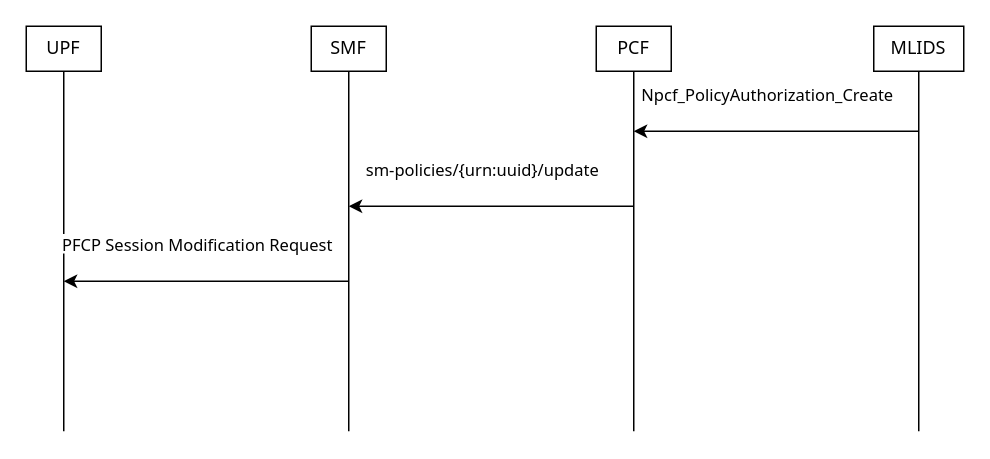
The draw.io diagram Untitled Diagram.drawio in Majdi-Abdelhalim/Graphs, before the edit. Source tidied: cells renumbered, new cells numbered last; positions are measured from the earlier drawing's top-left corner, leaving out a move shared by most shapes. Both pictures are drawn from the tidied source at 150%, with x=0, y=0 at pixel (26, 26).
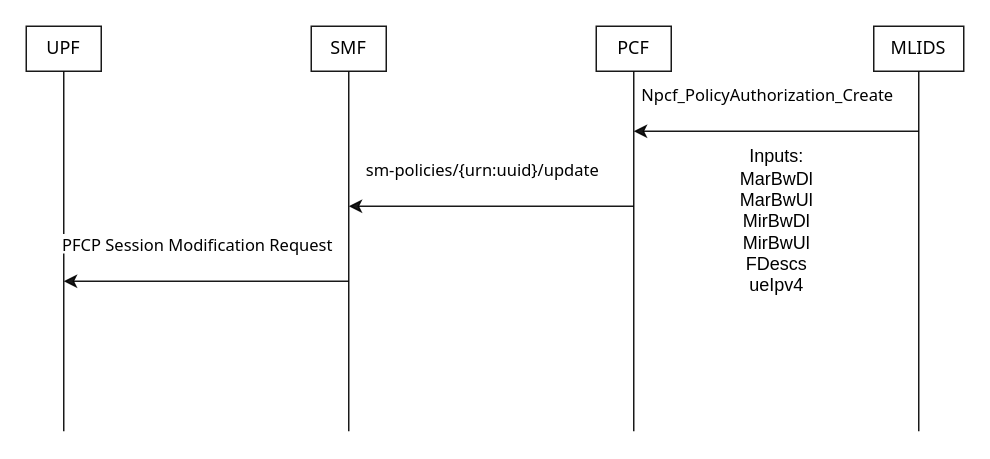
The same diagram, later.

What changed in the source:
```diff
@@
 <mxGraphModel>
   <root>
     <mxCell id="0" />
     <mxCell id="1" parent="0" />
-    <mxCell id="2" value="Npcf_PolicyAuthorization_Create" style="edgeStyle=orthogonalEdgeStyle;rounded=0;orthogonalLoop=1;jettySize=auto;html=1;fontFamily=Tahoma;" parent="1" edge="1">
+    <mxCell id="2" value="Npcf_PolicyAuthorization_Create" style="edgeStyle=orthogonalEdgeStyle;rounded=0;orthogonalLoop=1;jettySize=auto;html=1;fontFamily=Tahoma;opacity=90;shadow=0;" parent="1" edge="1">
       <mxGeometry x="0.06" y="-25" relative="1" as="geometry">
         <mxPoint x="595" y="70" as="sourcePoint" />
         <mxPoint x="405" y="70" as="targetPoint" />
       </mxGeometry>
     </mxCell>
-    <mxCell id="3" style="edgeStyle=orthogonalEdgeStyle;rounded=0;jettySize=auto;html=1;endArrow=none;endFill=0;" parent="1" edge="1" source="4">
+    <mxCell id="3" style="edgeStyle=orthogonalEdgeStyle;rounded=0;jettySize=auto;html=1;endArrow=none;endFill=0;opacity=90;shadow=0;" parent="1" edge="1" source="4">
       <mxGeometry relative="1" as="geometry">
         <mxPoint x="595" y="270" as="targetPoint" />
       </mxGeometry>
     </mxCell>
-    <mxCell id="4" value="MLIDS" style="rounded=0;whiteSpace=wrap;html=1;flipH=1;fontFamily=Tahoma;" parent="1" vertex="1">
+    <mxCell id="4" value="MLIDS" style="rounded=0;whiteSpace=wrap;html=1;flipH=1;fontFamily=Tahoma;opacity=90;shadow=0;" parent="1" vertex="1">
       <mxGeometry x="565" width="60" height="30" as="geometry" />
     </mxCell>
-    <mxCell id="5" style="edgeStyle=orthogonalEdgeStyle;rounded=0;jettySize=auto;html=1;fontFamily=Tahoma;endArrow=none;endFill=0;" parent="1" edge="1" source="6">
+    <mxCell id="5" style="edgeStyle=orthogonalEdgeStyle;rounded=0;jettySize=auto;html=1;fontFamily=Tahoma;endArrow=none;endFill=0;opacity=90;shadow=0;" parent="1" edge="1" source="6">
       <mxGeometry relative="1" as="geometry">
         <mxPoint x="215" y="270" as="targetPoint" />
       </mxGeometry>
     </mxCell>
-    <mxCell id="6" value="SMF" style="rounded=0;whiteSpace=wrap;html=1;flipV=1;flipH=1;fontFamily=Tahoma;" parent="1" vertex="1">
+    <mxCell id="6" value="SMF" style="rounded=0;whiteSpace=wrap;html=1;flipV=1;flipH=1;fontFamily=Tahoma;opacity=90;shadow=0;" parent="1" vertex="1">
       <mxGeometry x="190" width="50" height="30" as="geometry" />
     </mxCell>
-    <mxCell id="7" style="edgeStyle=orthogonalEdgeStyle;rounded=0;jettySize=auto;html=1;fontFamily=Tahoma;endArrow=none;endFill=0;" parent="1" edge="1" source="8">
+    <mxCell id="7" style="edgeStyle=orthogonalEdgeStyle;rounded=0;jettySize=auto;html=1;fontFamily=Tahoma;endArrow=none;endFill=0;opacity=90;shadow=0;" parent="1" edge="1" source="8">
       <mxGeometry relative="1" as="geometry">
         <mxPoint x="405" y="270" as="targetPoint" />
       </mxGeometry>
     </mxCell>
-    <mxCell id="8" value="PCF" style="rounded=0;whiteSpace=wrap;html=1;flipV=1;flipH=1;fontFamily=Tahoma;" parent="1" vertex="1">
+    <mxCell id="8" value="PCF" style="rounded=0;whiteSpace=wrap;html=1;flipV=1;flipH=1;fontFamily=Tahoma;opacity=90;shadow=0;" parent="1" vertex="1">
       <mxGeometry x="380" width="50" height="30" as="geometry" />
     </mxCell>
-    <mxCell id="9" style="edgeStyle=orthogonalEdgeStyle;rounded=0;jettySize=auto;html=1;endArrow=none;endFill=0;" parent="1" edge="1" source="10">
+    <mxCell id="9" style="edgeStyle=orthogonalEdgeStyle;rounded=0;jettySize=auto;html=1;endArrow=none;endFill=0;opacity=90;shadow=0;" parent="1" edge="1" source="10">
       <mxGeometry relative="1" as="geometry">
         <mxPoint x="25" y="270" as="targetPoint" />
       </mxGeometry>
     </mxCell>
-    <mxCell id="10" value="&lt;div&gt;UPF&lt;/div&gt;" style="rounded=0;whiteSpace=wrap;html=1;flipH=1;fontFamily=Tahoma;" parent="1" vertex="1">
+    <mxCell id="10" value="&lt;div&gt;UPF&lt;/div&gt;" style="rounded=0;whiteSpace=wrap;html=1;flipH=1;fontFamily=Tahoma;opacity=90;shadow=0;" parent="1" vertex="1">
       <mxGeometry width="50" height="30" as="geometry" />
     </mxCell>
-    <mxCell id="11" value="&lt;font&gt;sm-policies/{urn:uuid}/update&lt;/font&gt;" style="edgeStyle=orthogonalEdgeStyle;rounded=0;orthogonalLoop=1;jettySize=auto;html=1;fontFamily=Tahoma;" parent="1" edge="1">
+    <mxCell id="11" value="&lt;font&gt;sm-policies/{urn:uuid}/update&lt;/font&gt;" style="edgeStyle=orthogonalEdgeStyle;rounded=0;orthogonalLoop=1;jettySize=auto;html=1;fontFamily=Tahoma;opacity=90;shadow=0;" parent="1" edge="1">
       <mxGeometry x="0.06" y="-25" relative="1" as="geometry">
         <mxPoint x="405" y="120" as="sourcePoint" />
         <mxPoint x="215" y="120" as="targetPoint" />
       </mxGeometry>
     </mxCell>
-    <mxCell id="12" value="&lt;div align=&quot;center&quot;&gt;&lt;font&gt;PFCP Session Modification Request&lt;/font&gt;&lt;/div&gt;" style="edgeStyle=orthogonalEdgeStyle;rounded=0;orthogonalLoop=1;jettySize=auto;html=1;align=center;fontFamily=Tahoma;" parent="1" edge="1">
+    <mxCell id="12" value="&lt;div align=&quot;center&quot;&gt;&lt;font&gt;PFCP Session Modification Request&lt;/font&gt;&lt;/div&gt;" style="edgeStyle=orthogonalEdgeStyle;rounded=0;orthogonalLoop=1;jettySize=auto;html=1;align=center;fontFamily=Tahoma;opacity=90;shadow=0;" parent="1" edge="1">
       <mxGeometry x="0.06" y="-25" relative="1" as="geometry">
         <mxPoint x="215" y="170" as="sourcePoint" />
         <mxPoint x="25" y="170" as="targetPoint" />
       </mxGeometry>
     </mxCell>
+    <mxCell id="13" value="Inputs:&lt;br&gt;MarBwDl&lt;br&gt;MarBwUl&lt;br&gt;MirBwDl&lt;br&gt;MirBwUl&lt;br&gt;FDescs&lt;br&gt;ueIpv4" style="text;html=1;align=center;verticalAlign=middle;strokeColor=none;fillColor=none;" parent="1" vertex="1">
+      <mxGeometry x="465" y="75" width="70" height="110" as="geometry" />
+    </mxCell>
   </root>
 </mxGraphModel>
```
